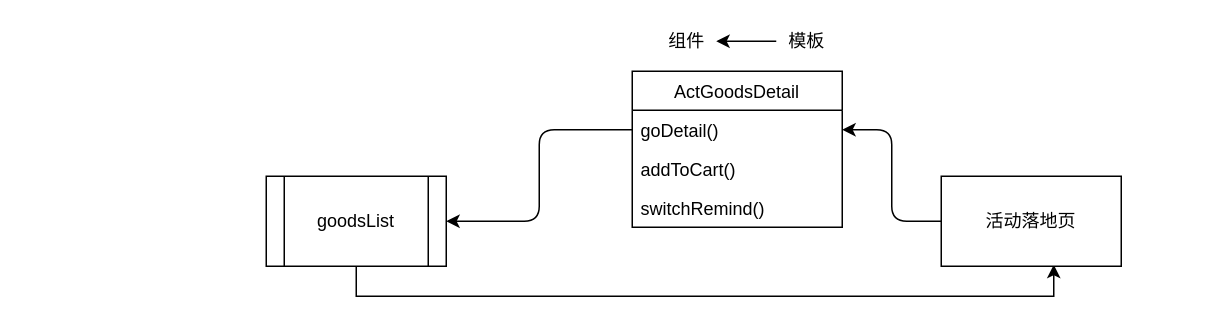
The draw.io diagram 活动商品列表集成到goodsList.drawio in howyea/drawio, before the edit. Source tidied: cells renumbered, new cells numbered last; positions are measured from the earlier drawing's top-left corner, leaving out a move shared by most shapes. Both pictures are drawn from the tidied source at 150%, with x=0, y=0 at pixel (266, 26).
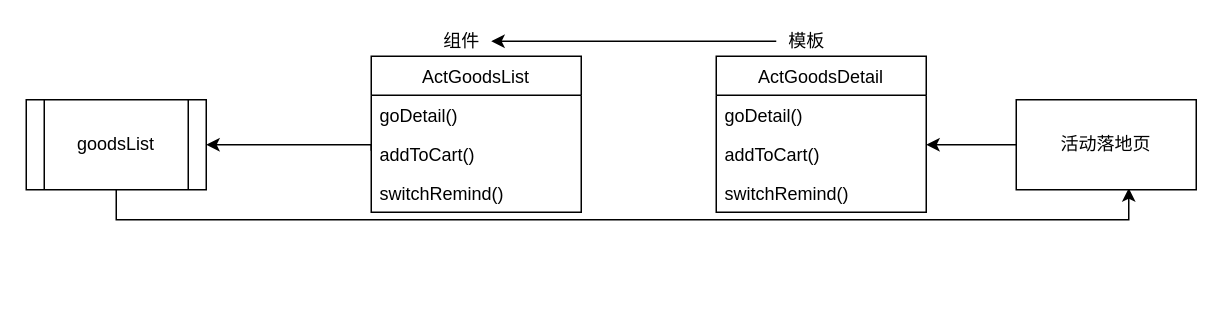
The same diagram, later.

Commit message:
更新活动列表集成到goodsList方案

The edit, as a diff of the source:
```diff
@@
 <mxGraphModel>
   <root>
     <mxCell id="0" />
     <mxCell id="1" parent="0" />
     <mxCell id="2" style="edgeStyle=orthogonalEdgeStyle;rounded=0;jettySize=auto;html=1;exitX=0.5;exitY=1;exitDx=0;exitDy=0;entryX=0.625;entryY=0.983;entryDx=0;entryDy=0;entryPerimeter=0;" parent="1" edge="1" source="3" target="4">
       <mxGeometry relative="1" as="geometry" />
     </mxCell>
     <mxCell id="3" value="goodsList" style="shape=process;whiteSpace=wrap;html=1;backgroundOutline=1;" parent="1" vertex="1">
-      <mxGeometry y="100" width="120" height="60" as="geometry" />
+      <mxGeometry x="-160" y="49" width="120" height="60" as="geometry" />
     </mxCell>
+    <mxCell id="14" style="edgeStyle=orthogonalEdgeStyle;rounded=0;jettySize=auto;html=1;entryX=1;entryY=0.269;entryDx=0;entryDy=0;entryPerimeter=0;" parent="1" edge="1" source="4" target="12">
+      <mxGeometry relative="1" as="geometry" />
+    </mxCell>
     <mxCell id="4" value="活动落地页" style="rounded=0;whiteSpace=wrap;html=1;" parent="1" vertex="1">
-      <mxGeometry x="450" y="100" width="120" height="60" as="geometry" />
+      <mxGeometry x="500" y="49" width="120" height="60" as="geometry" />
     </mxCell>
-    <mxCell id="5" style="edgeStyle=elbowEdgeStyle;elbow=horizontal;endArrow=classic;html=1;entryX=1;entryY=0.5;entryDx=0;entryDy=0;exitX=0;exitY=0.5;exitDx=0;exitDy=0;" parent="1" edge="1" source="11" target="3">
-      <mxGeometry relative="1" as="geometry" />
-    </mxCell>
     <mxCell id="6" value="组件" style="text;html=1;align=center;verticalAlign=middle;points=[];" parent="1" vertex="1">
-      <mxGeometry x="260" width="40" height="20" as="geometry" />
+      <mxGeometry x="110" width="40" height="20" as="geometry" />
     </mxCell>
-    <mxCell id="7" style="edgeStyle=elbowEdgeStyle;elbow=horizontal;endArrow=classic;html=1;exitX=0;exitY=0.5;exitDx=0;exitDy=0;entryX=1;entryY=0.5;entryDx=0;entryDy=0;" parent="1" edge="1" source="4" target="11">
-      <mxGeometry relative="1" as="geometry" />
-    </mxCell>
     <mxCell id="8" style="edgeStyle=orthogonalEdgeStyle;rounded=0;jettySize=auto;html=1;" parent="1" edge="1" source="9" target="6">
       <mxGeometry relative="1" as="geometry" />
     </mxCell>
     <mxCell id="9" value="模板" style="text;html=1;align=center;verticalAlign=middle;points=[];" parent="1" vertex="1">
       <mxGeometry x="340" width="40" height="20" as="geometry" />
     </mxCell>
     <mxCell id="10" value="ActGoodsDetail" style="swimlane;fontStyle=0;horizontal=1;startSize=26;fillColor=none;" parent="1" vertex="1">
-      <mxGeometry x="244" y="30" width="140" height="104" as="geometry" />
+      <mxGeometry x="300" y="20" width="140" height="104" as="geometry" />
     </mxCell>
     <mxCell id="11" value="goDetail()" style="text;strokeColor=none;fillColor=none;align=left;verticalAlign=top;spacingLeft=4;spacingRight=4;overflow=hidden;points=[[0,0.5],[1,0.5]];portConstraint=eastwest;" parent="10" vertex="1">
       <mxGeometry y="26" width="140" height="26" as="geometry" />
     </mxCell>
     <mxCell id="12" value="addToCart()" style="text;strokeColor=none;fillColor=none;align=left;verticalAlign=top;spacingLeft=4;spacingRight=4;overflow=hidden;points=[[0,0.5],[1,0.5]];portConstraint=eastwest;" parent="10" vertex="1">
       <mxGeometry y="52" width="140" height="26" as="geometry" />
     </mxCell>
     <mxCell id="13" value="switchRemind()" style="text;strokeColor=none;fillColor=none;align=left;verticalAlign=top;spacingLeft=4;spacingRight=4;overflow=hidden;" parent="10" vertex="1">
       <mxGeometry y="78" width="140" height="26" as="geometry" />
     </mxCell>
+    <mxCell id="15" value="ActGoodsList" style="swimlane;fontStyle=0;horizontal=1;startSize=26;fillColor=none;" parent="1" vertex="1">
+      <mxGeometry x="70" y="20" width="140" height="104" as="geometry" />
+    </mxCell>
+    <mxCell id="16" value="goDetail()" style="text;strokeColor=none;fillColor=none;align=left;verticalAlign=top;spacingLeft=4;spacingRight=4;overflow=hidden;" parent="15" vertex="1">
+      <mxGeometry y="26" width="140" height="26" as="geometry" />
+    </mxCell>
+    <mxCell id="17" value="addToCart()" style="text;strokeColor=none;fillColor=none;align=left;verticalAlign=top;spacingLeft=4;spacingRight=4;overflow=hidden;" parent="15" vertex="1">
+      <mxGeometry y="52" width="140" height="26" as="geometry" />
+    </mxCell>
+    <mxCell id="18" value="switchRemind()" style="text;strokeColor=none;fillColor=none;align=left;verticalAlign=top;spacingLeft=4;spacingRight=4;overflow=hidden;" parent="15" vertex="1">
+      <mxGeometry y="78" width="140" height="26" as="geometry" />
+    </mxCell>
+    <mxCell id="19" style="edgeStyle=orthogonalEdgeStyle;rounded=0;jettySize=auto;html=1;exitX=0;exitY=0.5;exitDx=0;exitDy=0;entryX=1;entryY=0.5;entryDx=0;entryDy=0;" parent="1" edge="1" target="3">
+      <mxGeometry relative="1" as="geometry">
+        <mxPoint x="70" y="83" as="sourcePoint" />
+        <Array as="points">
+          <mxPoint x="70" y="79" />
+        </Array>
+      </mxGeometry>
+    </mxCell>
   </root>
 </mxGraphModel>
```
